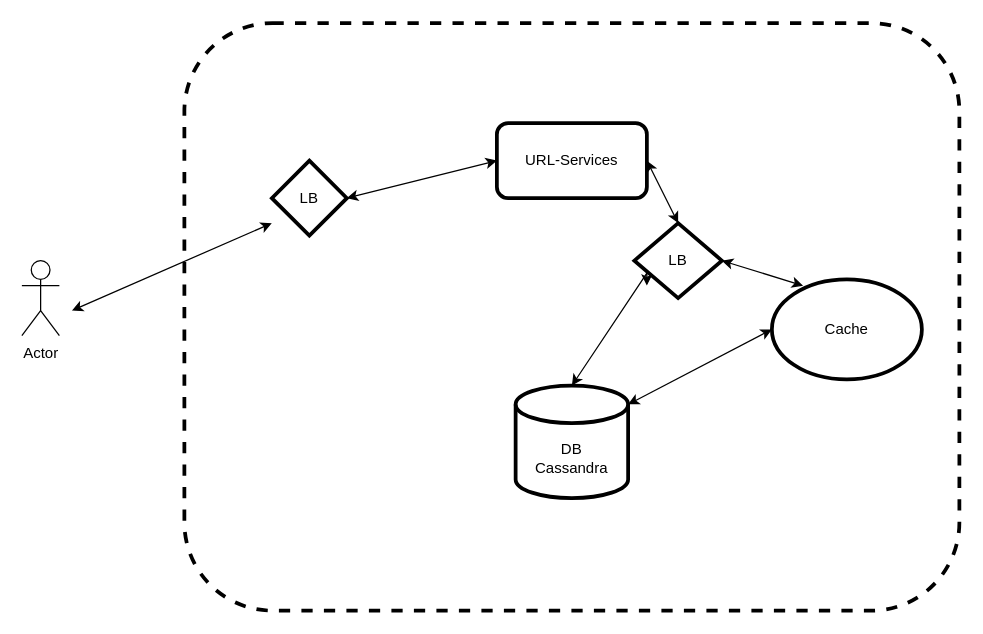
The draw.io diagram page "URL_shortening_serive" (1 of 2) of learn-notes/SystemDesign/URL_Shortening.drawio in safeer123/algo-man, before the edit. Source tidied: cells renumbered, new cells numbered last; positions are measured from the earlier drawing's top-left corner, leaving out a move shared by most shapes. Both pictures are drawn from the tidied source at 125%, with x=0, y=0 at pixel (21, 22).
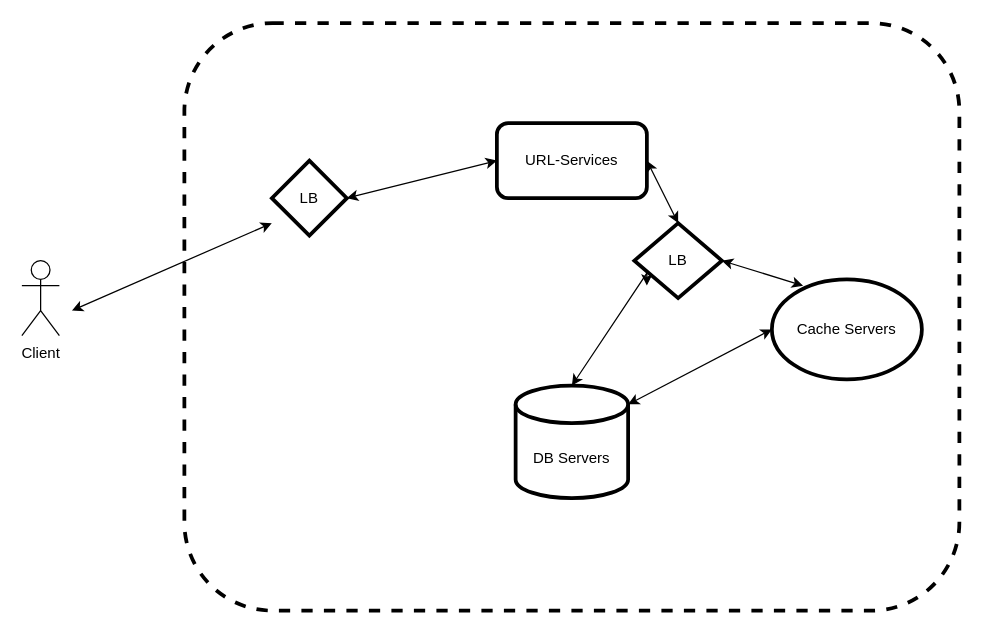
The same page after the edit.

Diff of the diagram source:
```diff
@@
 <mxGraphModel>
   <root>
     <mxCell id="0" />
     <mxCell id="1" parent="0" />
-    <mxCell id="2" value="Actor" style="shape=umlActor;verticalLabelPosition=bottom;verticalAlign=top;html=1;" parent="1" vertex="1">
+    <mxCell id="2" value="Client" style="shape=umlActor;verticalLabelPosition=bottom;verticalAlign=top;html=1;" parent="1" vertex="1">
       <mxGeometry y="190" width="30" height="60" as="geometry" />
     </mxCell>
     <mxCell id="3" style="rounded=1;whiteSpace=wrap;html=1;dashed=1;strokeWidth=3;" parent="1" vertex="1">
       <mxGeometry x="130" width="620" height="470" as="geometry" />
     </mxCell>
     <mxCell id="4" value="URL-Services" style="rounded=1;whiteSpace=wrap;html=1;strokeWidth=3;" parent="1" vertex="1">
       <mxGeometry x="380" y="80" width="120" height="60" as="geometry" />
     </mxCell>
-    <mxCell id="5" value="DB&lt;br&gt;Cassandra" style="shape=cylinder3;whiteSpace=wrap;html=1;boundedLbl=1;backgroundOutline=1;size=15;strokeWidth=3;" parent="1" vertex="1">
+    <mxCell id="5" value="DB Servers" style="shape=cylinder3;whiteSpace=wrap;html=1;boundedLbl=1;backgroundOutline=1;size=15;strokeWidth=3;" parent="1" vertex="1">
       <mxGeometry x="395" y="290" width="90" height="90" as="geometry" />
     </mxCell>
     <mxCell id="6" style="endArrow=classic;startArrow=classic;html=1;rounded=0;" parent="1" edge="1">
       <mxGeometry relative="1" as="geometry">
         <mxPoint x="40" y="230" as="sourcePoint" />
         <mxPoint x="200" y="160" as="targetPoint" />
       </mxGeometry>
     </mxCell>
     <mxCell id="7" style="endArrow=classic;startArrow=classic;html=1;rounded=0;entryX=0.5;entryY=0;entryDx=0;entryDy=0;entryPerimeter=0;" parent="1" edge="1" target="5">
       <mxGeometry relative="1" as="geometry">
         <mxPoint x="500" y="210" as="sourcePoint" />
         <Array as="points">
           <mxPoint x="500" y="200" />
         </Array>
       </mxGeometry>
     </mxCell>
     <mxCell id="8" value="LB" style="rhombus;whiteSpace=wrap;html=1;strokeWidth=3;" parent="1" vertex="1">
       <mxGeometry x="200" y="110" width="60" height="60" as="geometry" />
     </mxCell>
     <mxCell id="9" style="endArrow=classic;startArrow=classic;html=1;rounded=0;exitX=0;exitY=0.5;exitDx=0;exitDy=0;entryX=1;entryY=0.5;entryDx=0;entryDy=0;" parent="1" edge="1" source="4" target="8">
       <mxGeometry relative="1" as="geometry" />
     </mxCell>
-    <mxCell id="10" value="Cache" style="ellipse;whiteSpace=wrap;html=1;strokeWidth=3;" parent="1" vertex="1">
+    <mxCell id="10" value="Cache Servers" style="ellipse;whiteSpace=wrap;html=1;strokeWidth=3;" parent="1" vertex="1">
       <mxGeometry x="600" y="205" width="120" height="80" as="geometry" />
     </mxCell>
     <mxCell id="11" style="endArrow=classic;startArrow=classic;html=1;rounded=0;entryX=0.208;entryY=0.063;entryDx=0;entryDy=0;entryPerimeter=0;exitX=1;exitY=0.5;exitDx=0;exitDy=0;" parent="1" edge="1" source="13" target="10">
       <mxGeometry relative="1" as="geometry" />
     </mxCell>
     <mxCell id="12" style="endArrow=classic;startArrow=classic;html=1;rounded=0;exitX=1;exitY=0;exitDx=0;exitDy=15;exitPerimeter=0;entryX=0;entryY=0.5;entryDx=0;entryDy=0;" parent="1" edge="1" source="5" target="10">
       <mxGeometry relative="1" as="geometry" />
     </mxCell>
     <mxCell id="13" value="LB" style="rhombus;whiteSpace=wrap;html=1;strokeWidth=3;" parent="1" vertex="1">
       <mxGeometry x="490" y="160" width="70" height="60" as="geometry" />
     </mxCell>
     <mxCell id="14" style="endArrow=classic;startArrow=classic;html=1;rounded=0;exitX=1;exitY=0.5;exitDx=0;exitDy=0;entryX=0.5;entryY=0;entryDx=0;entryDy=0;" parent="1" edge="1" source="4" target="13">
       <mxGeometry relative="1" as="geometry" />
     </mxCell>
   </root>
 </mxGraphModel>
```
